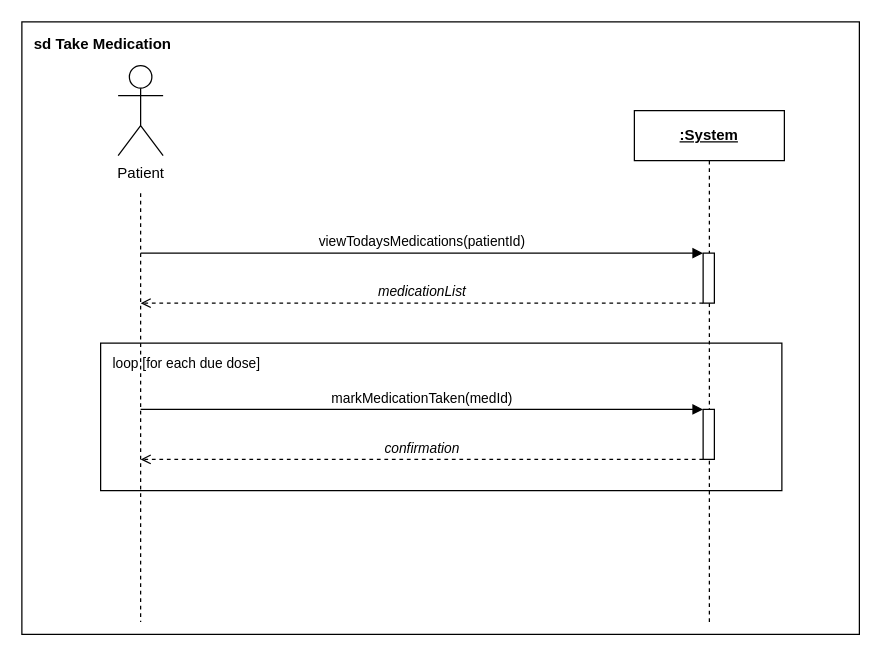
The draw.io diagram docs/diagrams/ssd-take-medication.drawio.xml in Iraj-Shahzad/memoracare-, before the edit. Source tidied: cells renumbered, new cells numbered last; positions are measured from the earlier drawing's top-left corner, leaving out a move shared by most shapes. Both pictures are drawn from the tidied source at 125%, with x=0, y=0 at pixel (21, 21).
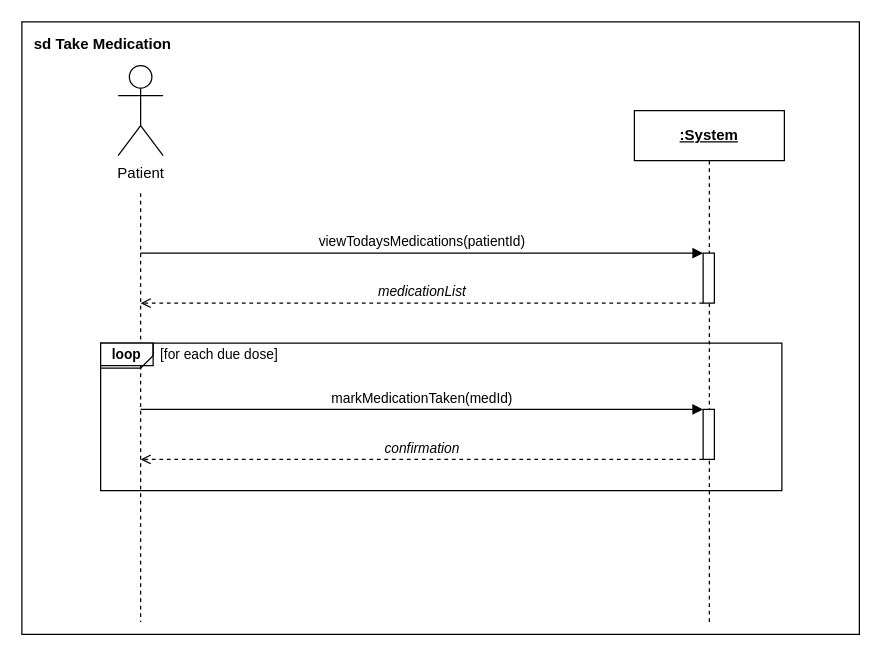
Above is the later version.

Change to the diagram source:
```diff
@@
-    <mxCell id="10" value="loop  [for each due dose]" style="rounded=0;whiteSpace=wrap;html=1;verticalAlign=top;align=left;spacingLeft=8;spacingTop=3;fontSize=11;fillColor=none;" parent="1" vertex="1">
+    <mxCell id="10" style="rounded=0;whiteSpace=wrap;html=1;fillColor=none;strokeColor=#000000;" parent="1" vertex="1">
       <mxGeometry x="63" y="257" width="545" height="118" as="geometry" />
     </mxCell>
+    <mxCell id="14" value="loop" style="shape=mxgraph.sysml.package;html=1;whiteSpace=wrap;fillColor=#ffffff;strokeColor=#000000;fontSize=11;fontStyle=1;align=center;verticalAlign=middle;" parent="1" vertex="1">
+      <mxGeometry x="63" y="257" width="42" height="18" as="geometry" />
+    </mxCell>
+    <mxCell id="15" value="[for each due dose]" style="text;html=1;strokeColor=none;fillColor=none;align=left;verticalAlign=middle;fontSize=11;" parent="1" vertex="1">
+      <mxGeometry x="109" y="257" width="200" height="18" as="geometry" />
+    </mxCell>
```
